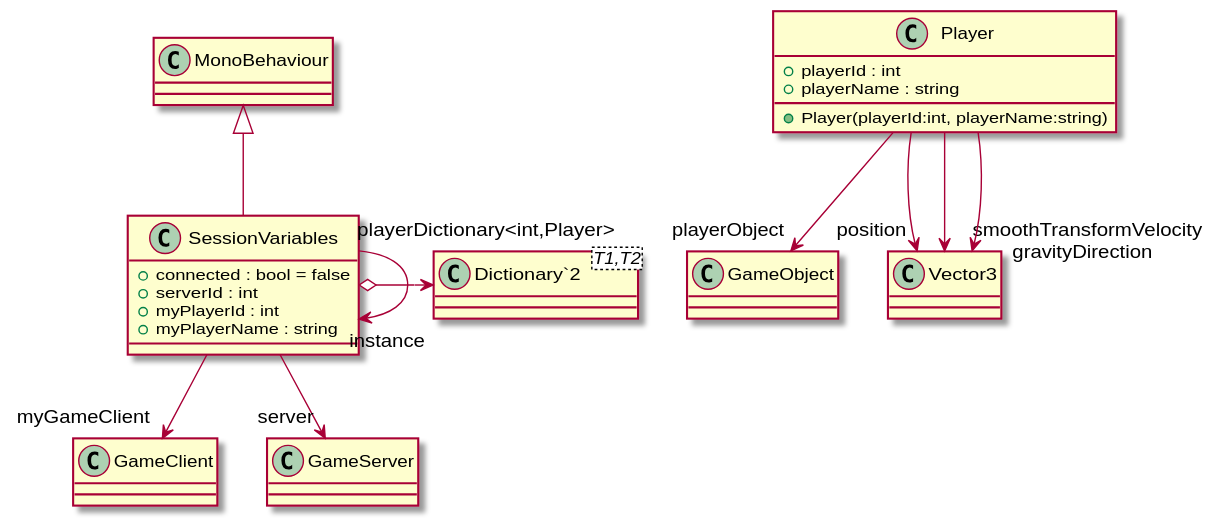
McYvar/NetworkProgramming keeps this PlantUML diagram as UML/UnityProjectKernmoduleNetwork/Assets/Scripts/SessionVariables.svg. Above is the earlier version.
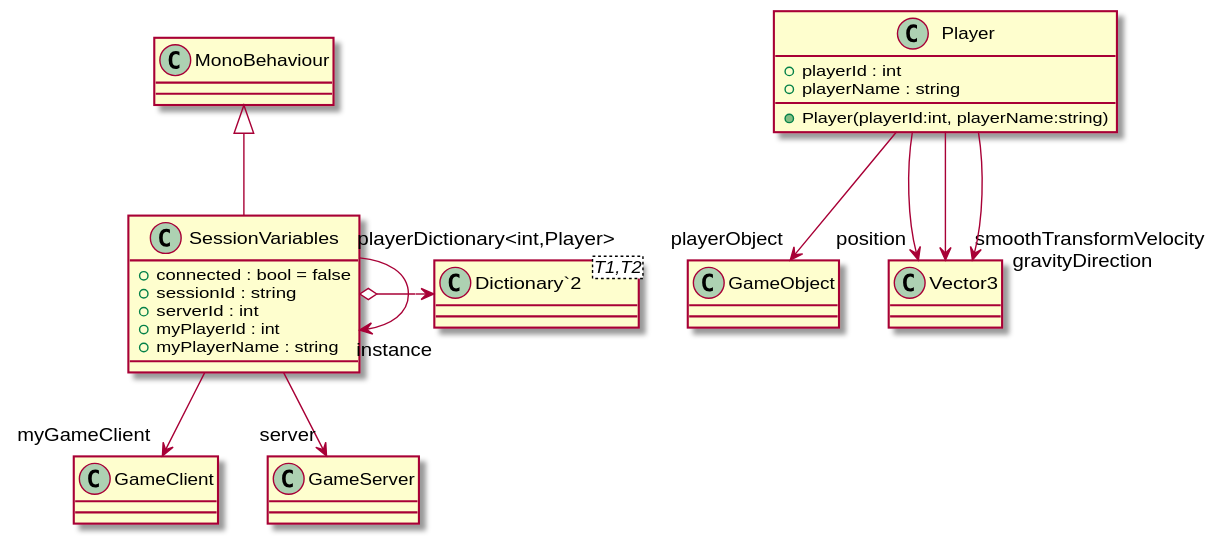
The same diagram one commit later.

Commit message:
Generate UML (Generate UML)

Change to the diagram source:
```diff
@@ -1,6 +1,7 @@
 @startuml
 class SessionVariables {
     + connected : bool = false
+    + sessionId : string
     + serverId : int
     + myPlayerId : int
     + myPlayerName : string
```
